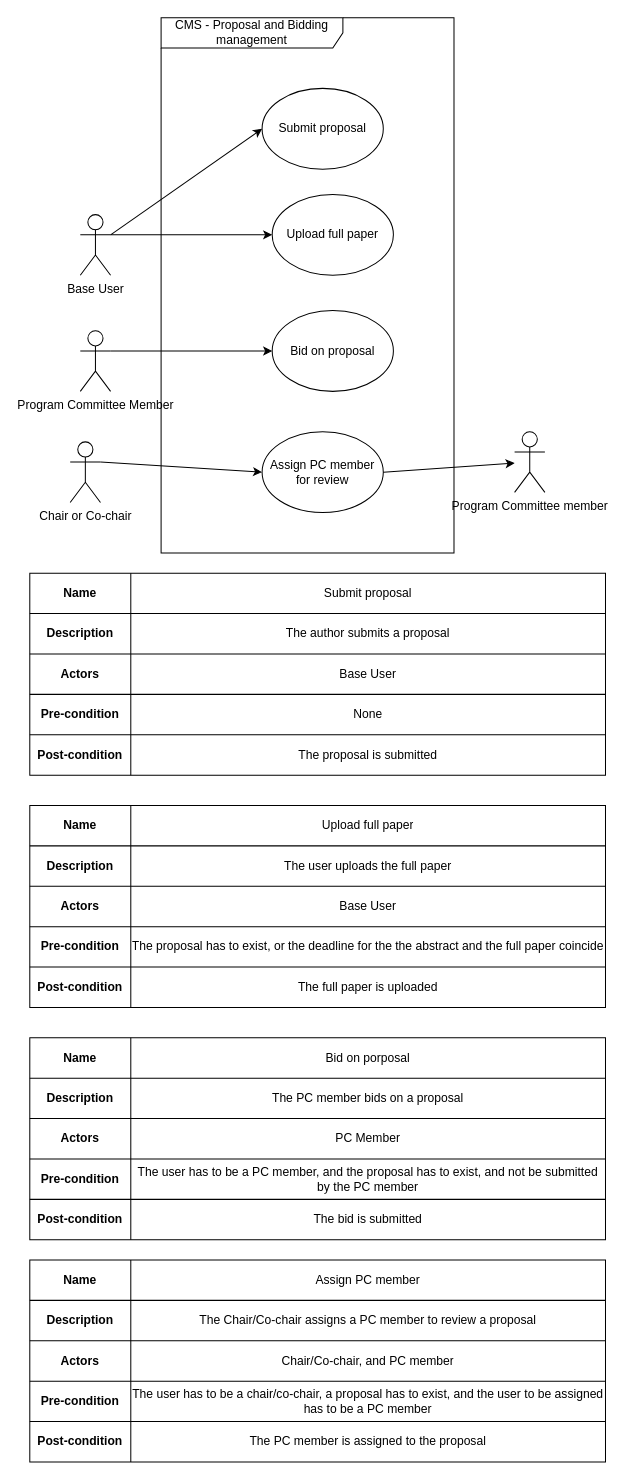
The draw.io diagram Documentation/Diagrams/Case/ProposalAndBiddingCase.drawio in raresica1234/ATAR-SE, before the edit. Source tidied: cells renumbered, new cells numbered last; positions are measured from the earlier drawing's top-left corner, leaving out a move shared by most shapes. Both pictures are drawn from the tidied source at 101%, with x=0, y=0 at pixel (29, 17).
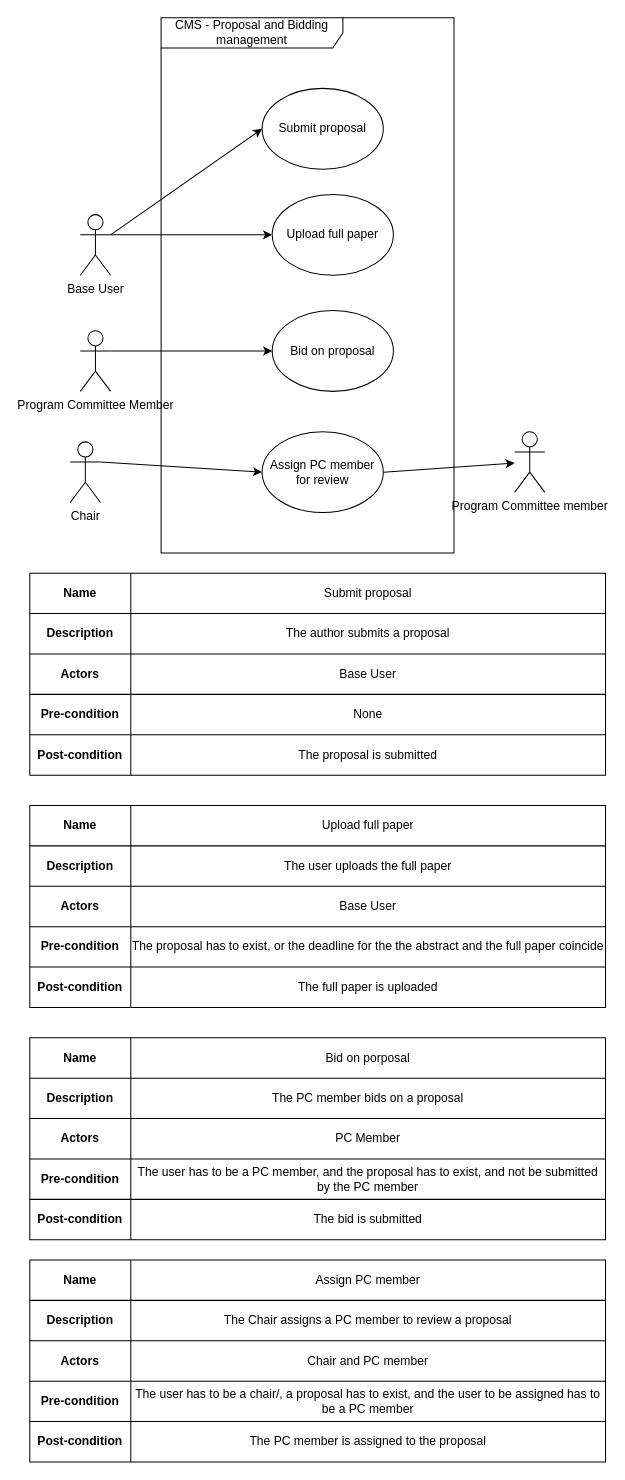
The same page after the edit.

Commit message:
Removed co-chair from diagram

Unchanged cells that the change refers to:
```xml
<mxCell id="68" style="shape=partialRectangle;html=1;whiteSpace=wrap;fillColor=none;top=0;left=0;bottom=0;right=0;" parent="64" vertex="1">
  <mxGeometry y="40" width="570" height="40" as="geometry" />
</mxCell>
<mxCell id="71" style="shape=partialRectangle;html=1;whiteSpace=wrap;fillColor=none;top=0;left=0;bottom=0;right=0;" parent="64" vertex="1">
  <mxGeometry y="80" width="570" height="40" as="geometry" />
</mxCell>
<mxCell id="74" style="shape=partialRectangle;html=1;whiteSpace=wrap;fillColor=none;top=0;left=0;bottom=0;right=0;" parent="64" vertex="1">
  <mxGeometry y="120" width="570" height="40" as="geometry" />
</mxCell>
```

Change to the diagram source:
```diff
@@
-    <mxCell id="7" value="Chair or Co-chair" style="shape=umlActor;verticalLabelPosition=bottom;verticalAlign=top;html=1;outlineConnect=0;" parent="1" vertex="1">
+    <mxCell id="7" value="Chair " style="shape=umlActor;verticalLabelPosition=bottom;verticalAlign=top;html=1;outlineConnect=0;" parent="1" vertex="1">
       <mxGeometry x="40" y="420" width="30" height="60" as="geometry" />
     </mxCell>
@@
-    <mxCell id="70" value="The Chair/Co-chair assigns a PC member to review a proposal" style="shape=partialRectangle;html=1;whiteSpace=wrap;overflow=hidden;fillColor=none;top=0;left=0;bottom=0;right=0;" parent="68" vertex="1">
+    <mxCell id="70" value="The Chair assigns a PC member to review a proposal" style="shape=partialRectangle;html=1;whiteSpace=wrap;overflow=hidden;fillColor=none;top=0;left=0;bottom=0;right=0;" parent="68" vertex="1">
       <mxGeometry x="100" width="470" height="40" as="geometry" />
     </mxCell>
@@
-    <mxCell id="73" value="Chair/Co-chair, and PC member" style="shape=partialRectangle;html=1;whiteSpace=wrap;overflow=hidden;fillColor=none;top=0;left=0;bottom=0;right=0;" parent="71" vertex="1">
+    <mxCell id="73" value="Chair and PC member" style="shape=partialRectangle;html=1;whiteSpace=wrap;overflow=hidden;fillColor=none;top=0;left=0;bottom=0;right=0;" parent="71" vertex="1">
       <mxGeometry x="100" width="470" height="40" as="geometry" />
     </mxCell>
@@
-    <mxCell id="76" value="The user has to be a chair/co-chair, a proposal has to exist, and the user to be assigned has to be a PC member" style="shape=partialRectangle;html=1;whiteSpace=wrap;overflow=hidden;fillColor=none;top=0;left=0;bottom=0;right=0;" parent="74" vertex="1">
+    <mxCell id="76" value="The user has to be a chair/, a proposal has to exist, and the user to be assigned has to be a PC member" style="shape=partialRectangle;html=1;whiteSpace=wrap;overflow=hidden;fillColor=none;top=0;left=0;bottom=0;right=0;" parent="74" vertex="1">
       <mxGeometry x="100" width="470" height="40" as="geometry" />
     </mxCell>
```
